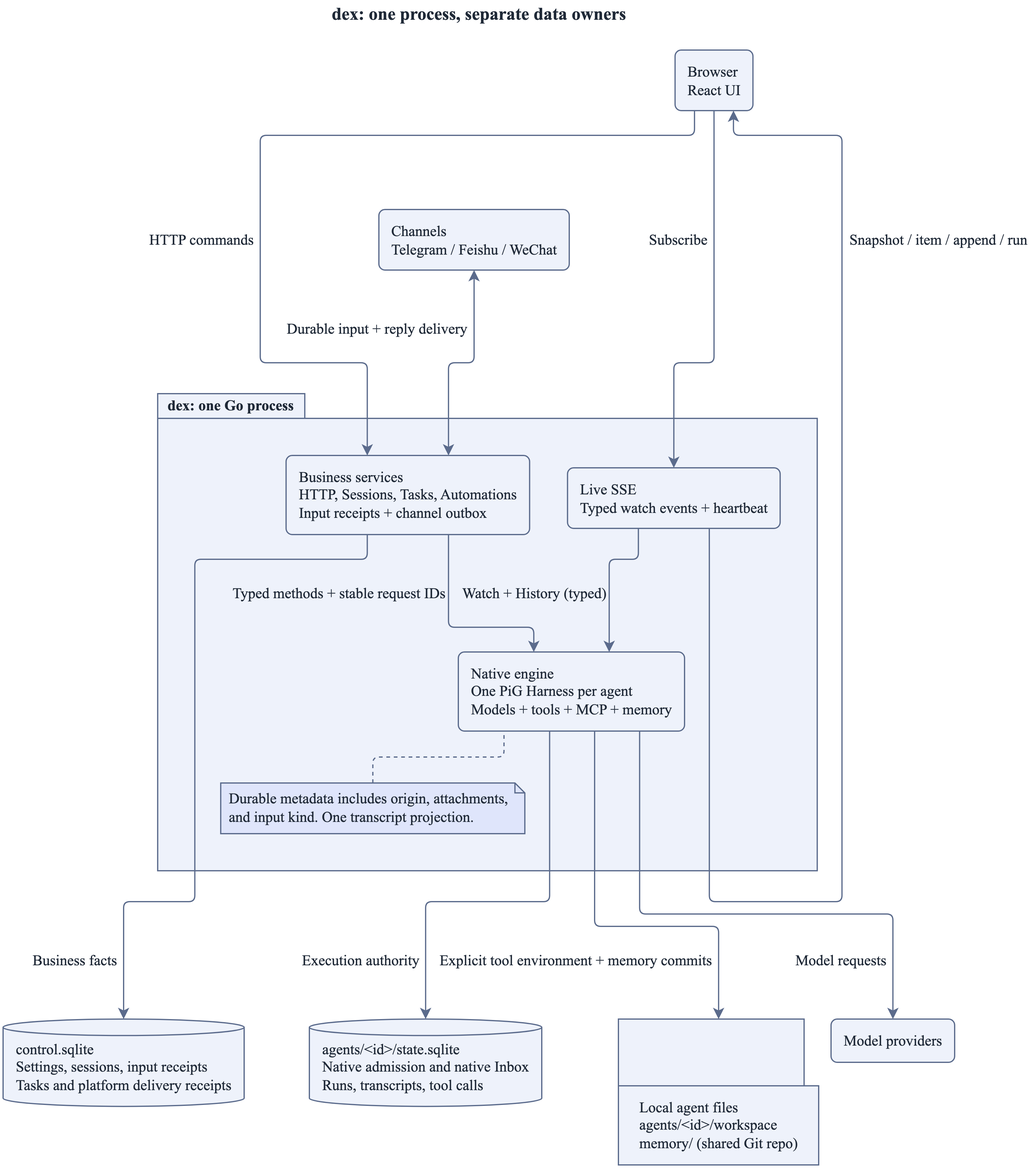
Before: docs/assets/architecture.png, a diagram exported from PlantUML (recally-io/dex). Its source is kept beside it as docs/assets/src/architecture.puml.
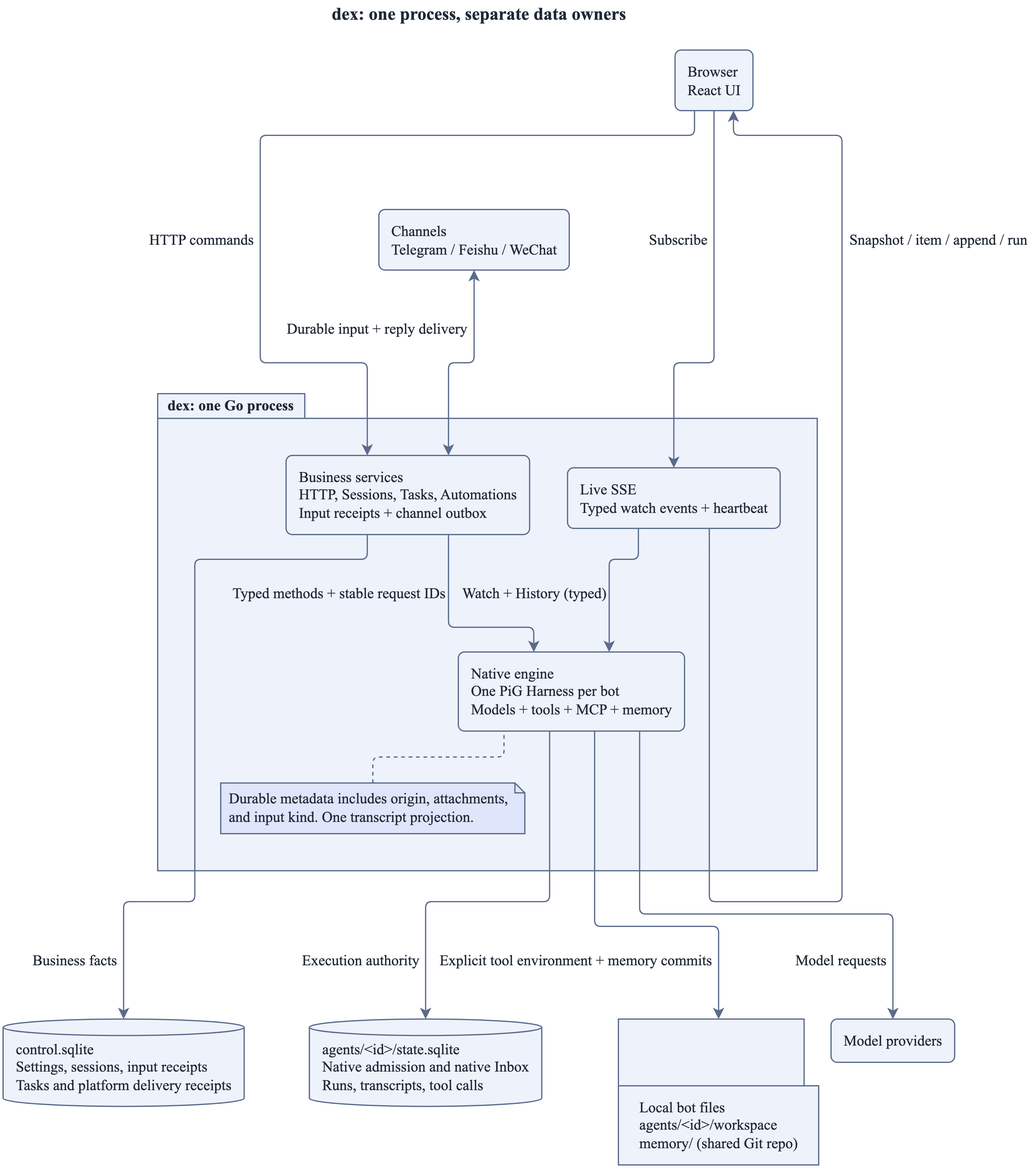
Later version of the same file.

The edit, as a diff of the source:
```diff
@@ -60,7 +60,7 @@
 HTTP, Sessions, Tasks, Automations
 Input receipts + channel outbox" as business
   rectangle "Native engine
-One PiG Harness per agent
+One PiG Harness per bot
 Models + tools + MCP + memory" as engine
   rectangle "Live SSE
 Typed watch events + heartbeat" as live
@@ -71,7 +71,7 @@
 database "agents/<id>/state.sqlite
 Native admission and native Inbox
 Runs, transcripts, tool calls" as adb
-folder "Local agent files
+folder "Local bot files
 agents/<id>/workspace
 memory/ (shared Git repo)" as files
 rectangle "Model providers" as models
```
